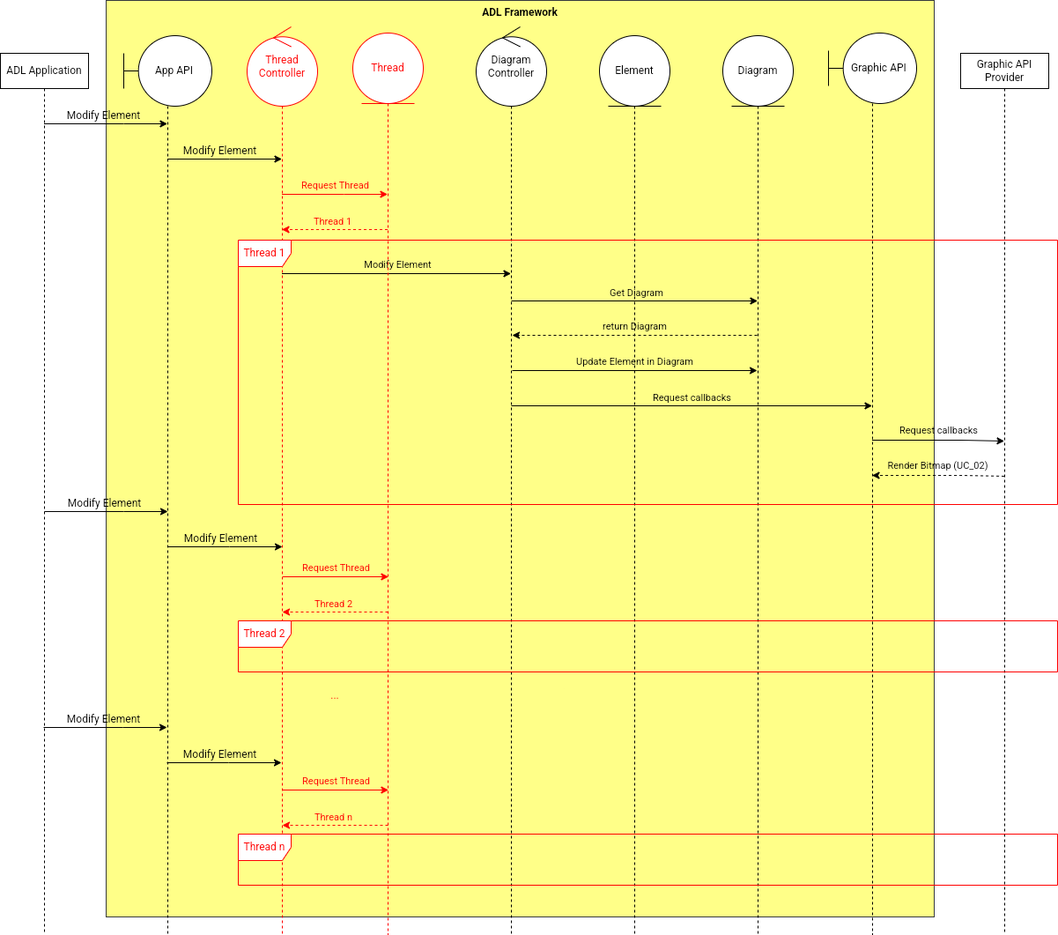
Above: CA/CA1.drawio.png in phunm211/SW-Associate-Architecture (draw.io), before the change. Source tidied: cells renumbered, new cells last; positions are measured from the earlier drawing's top-left corner, leaving out a move shared by most shapes.
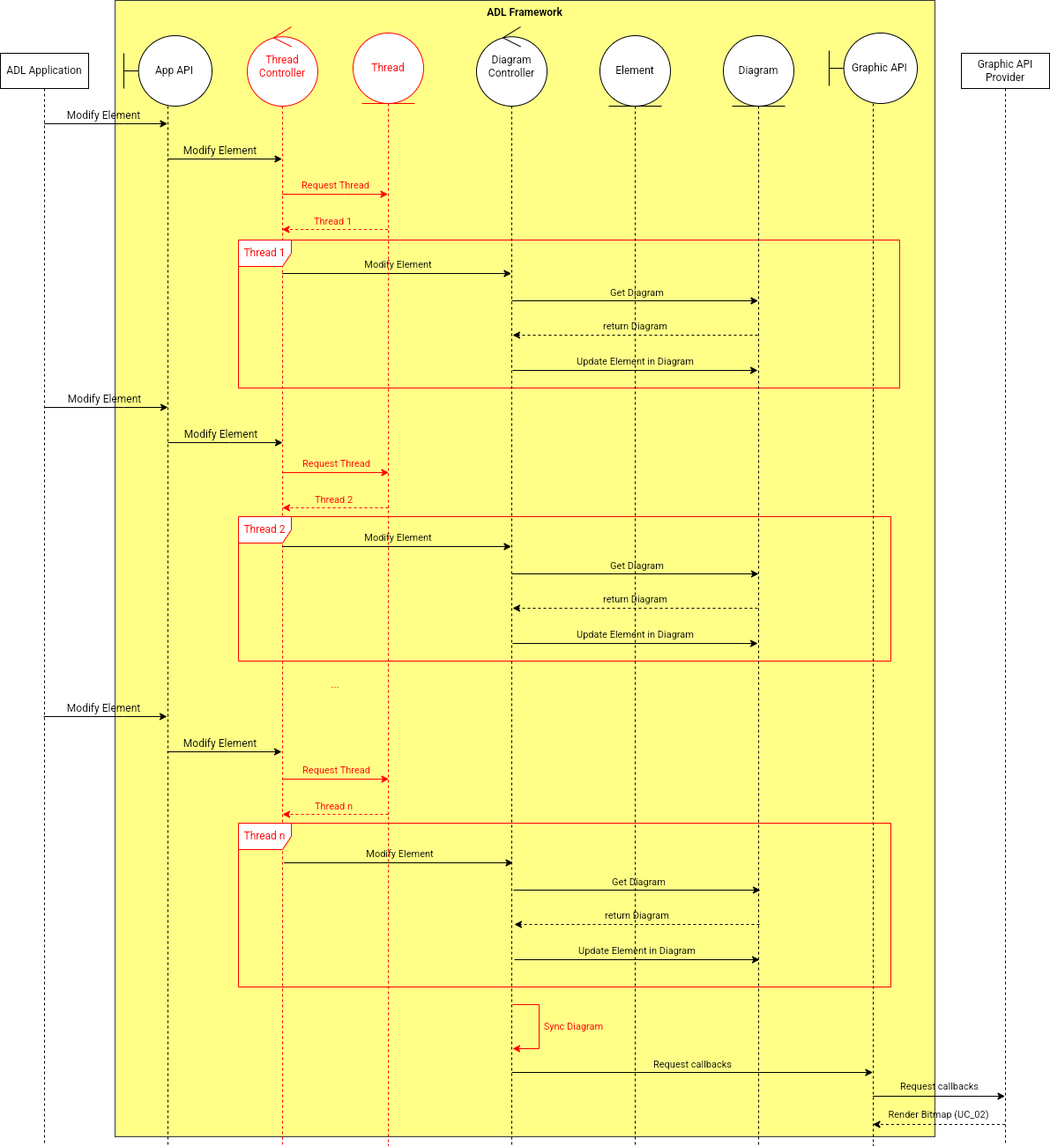
The same diagram one commit later.

What changed in the source:
```diff
@@ -3,11 +3,14 @@
     <mxCell id="0" />
     <mxCell id="1" parent="0" />
     <mxCell id="2" value="ADL Framework" style="rounded=0;whiteSpace=wrap;html=1;strokeColor=#36393d;align=center;verticalAlign=top;fontFamily=Helvetica;fontSize=12;fillColor=#ffff88;fontStyle=1;" parent="1" vertex="1">
-      <mxGeometry x="120" width="940" height="1040" as="geometry" />
+      <mxGeometry x="130" width="930" height="1290" as="geometry" />
     </mxCell>
-    <mxCell id="3" value="Element" style="shape=umlLifeline;perimeter=lifelinePerimeter;whiteSpace=wrap;html=1;newEdgeStyle={&quot;curved&quot;:0,&quot;rounded&quot;:0};participant=umlEntity;strokeColor=default;align=center;verticalAlign=middle;fontFamily=Helvetica;fontSize=12;fontColor=default;fillColor=default;size=80;" parent="1" vertex="1">
-      <mxGeometry x="680" y="40" width="80" height="1020" as="geometry" />
-    </mxCell>
+    <mxCell id="27" value="Thread Controller" style="shape=umlLifeline;perimeter=lifelinePerimeter;whiteSpace=wrap;html=1;outlineConnect=0;portConstraint=eastwest;newEdgeStyle={&quot;curved&quot;:0,&quot;rounded&quot;:0};participant=umlControl;strokeColor=#FF0000;align=center;verticalAlign=middle;fontFamily=Helvetica;fontSize=12;fontColor=#FF0000;fillColor=default;size=90;" parent="1" vertex="1">
+      <mxGeometry x="280" y="30" width="80" height="1270" as="geometry" />
+    </mxCell>
+    <mxCell id="31" value="&lt;font color=&quot;#ff0000&quot;&gt;Thread 1&lt;/font&gt;" style="shape=umlFrame;whiteSpace=wrap;html=1;strokeColor=#FF0000;" parent="1" vertex="1">
+      <mxGeometry x="270" y="272" width="750" height="168" as="geometry" />
+    </mxCell>
     <mxCell id="4" style="rounded=0;jettySize=auto;html=1;fontFamily=Helvetica;fontSize=12;fontColor=default;" parent="1" edge="1" source="6" target="12">
       <mxGeometry relative="1" as="geometry">
         <Array as="points">
@@ -21,7 +24,7 @@
       </mxGeometry>
     </mxCell>
     <mxCell id="6" value="ADL Application" style="shape=umlLifeline;perimeter=lifelinePerimeter;whiteSpace=wrap;html=1;outlineConnect=0;portConstraint=eastwest;newEdgeStyle={&quot;curved&quot;:0,&quot;rounded&quot;:0};" parent="1" vertex="1">
-      <mxGeometry y="60" width="100" height="1000" as="geometry" />
+      <mxGeometry y="60" width="100" height="1240" as="geometry" />
     </mxCell>
     <mxCell id="7" style="rounded=0;jettySize=auto;html=1;fontFamily=Helvetica;fontSize=12;fontColor=default;" parent="1" edge="1" source="12" target="27">
       <mxGeometry relative="1" as="geometry">
@@ -35,11 +38,12 @@
         <mxPoint y="-11" as="offset" />
       </mxGeometry>
     </mxCell>
-    <mxCell id="9" style="rounded=0;jettySize=auto;html=1;" parent="1" edge="1" target="22">
+    <mxCell id="9" style="rounded=0;orthogonalLoop=1;jettySize=auto;html=1;" parent="1" edge="1">
       <mxGeometry relative="1" as="geometry">
-        <mxPoint x="580" y="460" as="sourcePoint" />
+        <mxPoint x="580" y="1217" as="sourcePoint" />
+        <mxPoint x="989.5" y="1217" as="targetPoint" />
         <Array as="points">
-          <mxPoint x="790.5" y="460" />
+          <mxPoint x="790.5" y="1217" />
         </Array>
       </mxGeometry>
     </mxCell>
@@ -49,10 +53,10 @@
       </mxGeometry>
     </mxCell>
     <mxCell id="11" value="Diagram Controller" style="shape=umlLifeline;perimeter=lifelinePerimeter;whiteSpace=wrap;html=1;newEdgeStyle={&quot;curved&quot;:0,&quot;rounded&quot;:0};participant=umlControl;strokeColor=default;align=center;verticalAlign=middle;fontFamily=Helvetica;fontSize=12;fontColor=default;fillColor=default;size=90;" parent="1" vertex="1">
-      <mxGeometry x="540" y="30" width="80" height="1030" as="geometry" />
+      <mxGeometry x="540" y="30" width="80" height="1270" as="geometry" />
     </mxCell>
     <mxCell id="12" value="&amp;nbsp; &amp;nbsp; &amp;nbsp;App API" style="shape=umlLifeline;perimeter=lifelinePerimeter;whiteSpace=wrap;html=1;outlineConnect=0;portConstraint=eastwest;newEdgeStyle={&quot;curved&quot;:0,&quot;rounded&quot;:0};participant=umlBoundary;size=80;" parent="1" vertex="1">
-      <mxGeometry x="140" y="40" width="100" height="1020" as="geometry" />
+      <mxGeometry x="140" y="40" width="100" height="1260" as="geometry" />
     </mxCell>
     <mxCell id="13" style="rounded=0;jettySize=auto;html=1;" parent="1" edge="1" target="16">
       <mxGeometry relative="1" as="geometry">
@@ -74,13 +78,14 @@
       </mxGeometry>
     </mxCell>
     <mxCell id="16" value="Diagram" style="shape=umlLifeline;perimeter=lifelinePerimeter;whiteSpace=wrap;html=1;outlineConnect=0;portConstraint=eastwest;newEdgeStyle={&quot;curved&quot;:0,&quot;rounded&quot;:0};participant=umlEntity;strokeColor=default;align=center;verticalAlign=middle;fontFamily=Helvetica;fontSize=12;fontColor=default;fillColor=default;size=80;" parent="1" vertex="1">
-      <mxGeometry x="820" y="40" width="80" height="1020" as="geometry" />
+      <mxGeometry x="820" y="40" width="80" height="1260" as="geometry" />
     </mxCell>
-    <mxCell id="17" style="rounded=0;jettySize=auto;html=1;dashed=1;exitX=0.935;exitY=0.893;exitDx=0;exitDy=0;exitPerimeter=0;" parent="1" edge="1" source="31">
+    <mxCell id="17" style="rounded=0;orthogonalLoop=1;jettySize=auto;html=1;dashed=1;" parent="1" edge="1">
       <mxGeometry relative="1" as="geometry">
-        <mxPoint x="989.5" y="539" as="targetPoint" />
+        <mxPoint x="1139.5" y="1276" as="sourcePoint" />
+        <mxPoint x="989.5" y="1276" as="targetPoint" />
         <Array as="points">
-          <mxPoint x="1090.5" y="539" />
+          <mxPoint x="1090.5" y="1276" />
         </Array>
       </mxGeometry>
     </mxCell>
@@ -90,13 +95,14 @@
       </mxGeometry>
     </mxCell>
     <mxCell id="19" value="Graphic API Provider" style="shape=umlLifeline;perimeter=lifelinePerimeter;whiteSpace=wrap;html=1;newEdgeStyle={&quot;curved&quot;:0,&quot;rounded&quot;:0};" parent="1" vertex="1">
-      <mxGeometry x="1090" y="60" width="100" height="1000" as="geometry" />
+      <mxGeometry x="1090" y="60" width="100" height="1240" as="geometry" />
     </mxCell>
-    <mxCell id="20" style="rounded=0;jettySize=auto;html=1;entryX=0.935;entryY=0.76;entryDx=0;entryDy=0;entryPerimeter=0;" parent="1" edge="1" target="31">
+    <mxCell id="20" style="rounded=0;orthogonalLoop=1;jettySize=auto;html=1;" parent="1" edge="1">
       <mxGeometry relative="1" as="geometry">
-        <mxPoint x="989.5" y="499" as="sourcePoint" />
+        <mxPoint x="989.5" y="1244" as="sourcePoint" />
+        <mxPoint x="1139.5" y="1244" as="targetPoint" />
         <Array as="points">
-          <mxPoint x="1090.5" y="499" />
+          <mxPoint x="1090.5" y="1244" />
         </Array>
       </mxGeometry>
     </mxCell>
@@ -106,7 +112,7 @@
       </mxGeometry>
     </mxCell>
     <mxCell id="22" value="&amp;nbsp; &amp;nbsp; &amp;nbsp;Graphic API" style="shape=umlLifeline;perimeter=lifelinePerimeter;whiteSpace=wrap;html=1;outlineConnect=0;portConstraint=eastwest;newEdgeStyle={&quot;curved&quot;:0,&quot;rounded&quot;:0};participant=umlBoundary;size=80;" parent="1" vertex="1">
-      <mxGeometry x="940" y="37" width="100" height="1023" as="geometry" />
+      <mxGeometry x="940" y="37" width="100" height="1263" as="geometry" />
     </mxCell>
     <mxCell id="23" value="return Diagram" style="rounded=0;orthogonalLoop=1;jettySize=auto;html=1;dashed=1;labelBackgroundColor=none;" parent="1" edge="1">
       <mxGeometry y="-10" relative="1" as="geometry">
@@ -132,9 +138,6 @@
         <mxPoint x="579.5" y="310" as="targetPoint" />
       </mxGeometry>
     </mxCell>
-    <mxCell id="27" value="Thread Controller" style="shape=umlLifeline;perimeter=lifelinePerimeter;whiteSpace=wrap;html=1;outlineConnect=0;portConstraint=eastwest;newEdgeStyle={&quot;curved&quot;:0,&quot;rounded&quot;:0};participant=umlControl;strokeColor=#FF0000;align=center;verticalAlign=middle;fontFamily=Helvetica;fontSize=12;fontColor=#FF0000;fillColor=default;size=90;" parent="1" vertex="1">
-      <mxGeometry x="280" y="30" width="80" height="1030" as="geometry" />
-    </mxCell>
     <mxCell id="28" style="rounded=0;orthogonalLoop=1;jettySize=auto;html=1;dashed=1;fontColor=#FF0000;strokeColor=#FF0000;" parent="1" edge="1">
       <mxGeometry relative="1" as="geometry">
         <mxPoint x="439.5" y="260" as="sourcePoint" />
@@ -147,20 +150,17 @@
       </mxGeometry>
     </mxCell>
     <mxCell id="30" value="Thread" style="shape=umlLifeline;perimeter=lifelinePerimeter;whiteSpace=wrap;html=1;outlineConnect=0;portConstraint=eastwest;newEdgeStyle={&quot;curved&quot;:0,&quot;rounded&quot;:0};participant=umlEntity;strokeColor=#FF0000;align=center;verticalAlign=middle;fontFamily=Helvetica;fontSize=12;fontColor=#FF0000;fillColor=default;size=80;" parent="1" vertex="1">
-      <mxGeometry x="400" y="37" width="80" height="1023" as="geometry" />
+      <mxGeometry x="400" y="37" width="80" height="1263" as="geometry" />
     </mxCell>
-    <mxCell id="31" value="&lt;font color=&quot;#ff0000&quot;&gt;Thread 1&lt;/font&gt;" style="shape=umlFrame;whiteSpace=wrap;html=1;strokeColor=#FF0000;" parent="1" vertex="1">
-      <mxGeometry x="270" y="272" width="930" height="300" as="geometry" />
-    </mxCell>
     <mxCell id="32" value="&lt;font color=&quot;#ff0000&quot;&gt;Thread 2&lt;/font&gt;" style="shape=umlFrame;whiteSpace=wrap;html=1;strokeColor=#FF0000;" parent="1" vertex="1">
-      <mxGeometry x="270" y="704" width="930" height="58" as="geometry" />
+      <mxGeometry x="270" y="586" width="740" height="164" as="geometry" />
     </mxCell>
     <mxCell id="33" style="rounded=0;orthogonalLoop=1;jettySize=auto;html=1;strokeColor=#FF0000;" parent="1" edge="1">
       <mxGeometry relative="1" as="geometry">
-        <mxPoint x="320.5" y="654" as="sourcePoint" />
-        <mxPoint x="440.5" y="654" as="targetPoint" />
+        <mxPoint x="320.5" y="536" as="sourcePoint" />
+        <mxPoint x="440.5" y="536" as="targetPoint" />
         <Array as="points">
-          <mxPoint x="390.5" y="654" />
+          <mxPoint x="390.5" y="536" />
         </Array>
       </mxGeometry>
     </mxCell>
@@ -171,8 +171,8 @@
     </mxCell>
     <mxCell id="35" style="rounded=0;orthogonalLoop=1;jettySize=auto;html=1;dashed=1;strokeColor=#FF0000;" parent="1" edge="1">
       <mxGeometry relative="1" as="geometry">
-        <mxPoint x="440" y="694" as="sourcePoint" />
-        <mxPoint x="320" y="694" as="targetPoint" />
+        <mxPoint x="440" y="576" as="sourcePoint" />
+        <mxPoint x="320" y="576" as="targetPoint" />
       </mxGeometry>
     </mxCell>
     <mxCell id="36" value="&lt;font color=&quot;#ff0000&quot;&gt;Thread 2&lt;/font&gt;" style="edgeLabel;html=1;align=center;verticalAlign=middle;labelBackgroundColor=none;" parent="35" vertex="1">
@@ -181,17 +181,17 @@
       </mxGeometry>
     </mxCell>
     <mxCell id="37" value="&lt;font color=&quot;#ff0000&quot;&gt;...&lt;/font&gt;" style="text;html=1;strokeColor=none;fillColor=none;align=center;verticalAlign=middle;whiteSpace=wrap;rounded=0;" parent="1" vertex="1">
-      <mxGeometry x="350" y="774" width="60" height="30" as="geometry" />
+      <mxGeometry x="350" y="762" width="60" height="30" as="geometry" />
     </mxCell>
     <mxCell id="38" value="&lt;font color=&quot;#ff0000&quot;&gt;Thread n&lt;/font&gt;" style="shape=umlFrame;whiteSpace=wrap;html=1;strokeColor=#FF0000;" parent="1" vertex="1">
-      <mxGeometry x="270" y="946" width="930" height="58" as="geometry" />
+      <mxGeometry x="270" y="934" width="740" height="186" as="geometry" />
     </mxCell>
     <mxCell id="39" style="rounded=0;orthogonalLoop=1;jettySize=auto;html=1;strokeColor=#FF0000;" parent="1" edge="1">
       <mxGeometry relative="1" as="geometry">
-        <mxPoint x="320.5" y="896" as="sourcePoint" />
-        <mxPoint x="440.5" y="896" as="targetPoint" />
+        <mxPoint x="320.5" y="884" as="sourcePoint" />
+        <mxPoint x="440.5" y="884" as="targetPoint" />
         <Array as="points">
-          <mxPoint x="390.5" y="896" />
+          <mxPoint x="390.5" y="884" />
         </Array>
       </mxGeometry>
     </mxCell>
@@ -202,8 +202,8 @@
     </mxCell>
     <mxCell id="41" style="rounded=0;orthogonalLoop=1;jettySize=auto;html=1;dashed=1;strokeColor=#FF0000;" parent="1" edge="1">
       <mxGeometry relative="1" as="geometry">
-        <mxPoint x="440" y="936" as="sourcePoint" />
-        <mxPoint x="320" y="936" as="targetPoint" />
+        <mxPoint x="440" y="924" as="sourcePoint" />
+        <mxPoint x="320" y="924" as="targetPoint" />
       </mxGeometry>
     </mxCell>
     <mxCell id="42" value="&lt;font color=&quot;#ff0000&quot;&gt;Thread n&lt;/font&gt;" style="edgeLabel;html=1;align=center;verticalAlign=middle;labelBackgroundColor=none;" parent="41" vertex="1">
@@ -213,10 +213,10 @@
     </mxCell>
     <mxCell id="43" style="rounded=0;orthogonalLoop=1;jettySize=auto;html=1;fontFamily=Helvetica;fontSize=12;fontColor=default;" parent="1" edge="1">
       <mxGeometry relative="1" as="geometry">
-        <mxPoint x="50" y="580" as="sourcePoint" />
-        <mxPoint x="190" y="580" as="targetPoint" />
+        <mxPoint x="50" y="462" as="sourcePoint" />
+        <mxPoint x="190" y="462" as="targetPoint" />
         <Array as="points">
-          <mxPoint x="140" y="580" />
+          <mxPoint x="140" y="462" />
         </Array>
       </mxGeometry>
     </mxCell>
@@ -227,10 +227,10 @@
     </mxCell>
     <mxCell id="45" style="rounded=0;orthogonalLoop=1;jettySize=auto;html=1;fontFamily=Helvetica;fontSize=12;fontColor=default;" parent="1" edge="1">
       <mxGeometry relative="1" as="geometry">
-        <mxPoint x="190" y="620" as="sourcePoint" />
-        <mxPoint x="320" y="620" as="targetPoint" />
+        <mxPoint x="190" y="502" as="sourcePoint" />
+        <mxPoint x="320" y="502" as="targetPoint" />
         <Array as="points">
-          <mxPoint x="260" y="620" />
+          <mxPoint x="260" y="502" />
         </Array>
       </mxGeometry>
     </mxCell>
@@ -241,10 +241,10 @@
     </mxCell>
     <mxCell id="47" style="rounded=0;orthogonalLoop=1;jettySize=auto;html=1;fontFamily=Helvetica;fontSize=12;fontColor=default;" parent="1" edge="1">
       <mxGeometry relative="1" as="geometry">
-        <mxPoint x="49" y="825" as="sourcePoint" />
-        <mxPoint x="189" y="825" as="targetPoint" />
+        <mxPoint x="49" y="813" as="sourcePoint" />
+        <mxPoint x="189" y="813" as="targetPoint" />
         <Array as="points">
-          <mxPoint x="139" y="825" />
+          <mxPoint x="139" y="813" />
         </Array>
       </mxGeometry>
     </mxCell>
@@ -255,10 +255,10 @@
     </mxCell>
     <mxCell id="49" style="rounded=0;orthogonalLoop=1;jettySize=auto;html=1;fontFamily=Helvetica;fontSize=12;fontColor=default;" parent="1" edge="1">
       <mxGeometry relative="1" as="geometry">
-        <mxPoint x="189" y="865" as="sourcePoint" />
-        <mxPoint x="319" y="865" as="targetPoint" />
+        <mxPoint x="189" y="853" as="sourcePoint" />
+        <mxPoint x="319" y="853" as="targetPoint" />
         <Array as="points">
-          <mxPoint x="259" y="865" />
+          <mxPoint x="259" y="853" />
         </Array>
       </mxGeometry>
     </mxCell>
@@ -267,5 +267,86 @@
         <mxPoint y="-11" as="offset" />
       </mxGeometry>
     </mxCell>
+    <mxCell id="51" style="rounded=0;orthogonalLoop=1;jettySize=auto;html=1;" parent="1" edge="1">
+      <mxGeometry relative="1" as="geometry">
+        <mxPoint x="580" y="651" as="sourcePoint" />
+        <mxPoint x="860" y="651" as="targetPoint" />
+        <Array as="points">
+          <mxPoint x="762.5" y="651" />
+        </Array>
+      </mxGeometry>
+    </mxCell>
+    <mxCell id="52" value="Get Diagram" style="edgeLabel;html=1;align=center;verticalAlign=middle;labelBackgroundColor=none;" parent="51" vertex="1">
+      <mxGeometry x="0.65" y="-2" relative="1" as="geometry">
+        <mxPoint x="-90" y="-12" as="offset" />
+      </mxGeometry>
+    </mxCell>
+    <mxCell id="53" value="Update Element in Diagram" style="rounded=0;orthogonalLoop=1;jettySize=auto;html=1;labelBackgroundColor=none;" parent="1" edge="1">
+      <mxGeometry y="10" relative="1" as="geometry">
+        <mxPoint x="581" y="730" as="sourcePoint" />
+        <mxPoint x="859" y="730" as="targetPoint" />
+      </mxGeometry>
+    </mxCell>
+    <mxCell id="54" value="return Diagram" style="rounded=0;orthogonalLoop=1;jettySize=auto;html=1;dashed=1;labelBackgroundColor=none;" parent="1" edge="1">
+      <mxGeometry y="-10" relative="1" as="geometry">
+        <mxPoint x="859" y="690" as="sourcePoint" />
+        <mxPoint x="581" y="690" as="targetPoint" />
+      </mxGeometry>
+    </mxCell>
+    <mxCell id="55" value="Modify Element" style="edgeStyle=none;rounded=0;orthogonalLoop=1;jettySize=auto;html=1;curved=0;labelBackgroundColor=none;" parent="1" edge="1">
+      <mxGeometry x="0.01" y="10" relative="1" as="geometry">
+        <mxPoint x="319.5" y="620" as="sourcePoint" />
+        <mxPoint x="579.5" y="620" as="targetPoint" />
+      </mxGeometry>
+    </mxCell>
+    <mxCell id="56" style="rounded=0;orthogonalLoop=1;jettySize=auto;html=1;" parent="1" edge="1">
+      <mxGeometry relative="1" as="geometry">
+        <mxPoint x="582" y="1010" as="sourcePoint" />
+        <mxPoint x="862" y="1010" as="targetPoint" />
+        <Array as="points">
+          <mxPoint x="764.5" y="1010" />
+        </Array>
+      </mxGeometry>
+    </mxCell>
+    <mxCell id="57" value="Get Diagram" style="edgeLabel;html=1;align=center;verticalAlign=middle;labelBackgroundColor=none;" parent="56" vertex="1">
+      <mxGeometry x="0.65" y="-2" relative="1" as="geometry">
+        <mxPoint x="-90" y="-12" as="offset" />
+      </mxGeometry>
+    </mxCell>
+    <mxCell id="58" value="Update Element in Diagram" style="rounded=0;orthogonalLoop=1;jettySize=auto;html=1;labelBackgroundColor=none;" parent="1" edge="1">
+      <mxGeometry y="10" relative="1" as="geometry">
+        <mxPoint x="583" y="1089" as="sourcePoint" />
+        <mxPoint x="861" y="1089" as="targetPoint" />
+      </mxGeometry>
+    </mxCell>
+    <mxCell id="59" value="return Diagram" style="rounded=0;orthogonalLoop=1;jettySize=auto;html=1;dashed=1;labelBackgroundColor=none;" parent="1" edge="1">
+      <mxGeometry y="-10" relative="1" as="geometry">
+        <mxPoint x="861" y="1049" as="sourcePoint" />
+        <mxPoint x="583" y="1049" as="targetPoint" />
+      </mxGeometry>
+    </mxCell>
+    <mxCell id="60" value="Modify Element" style="edgeStyle=none;rounded=0;orthogonalLoop=1;jettySize=auto;html=1;curved=0;labelBackgroundColor=none;" parent="1" edge="1">
+      <mxGeometry x="0.01" y="10" relative="1" as="geometry">
+        <mxPoint x="321.5" y="979" as="sourcePoint" />
+        <mxPoint x="581.5" y="979" as="targetPoint" />
+      </mxGeometry>
+    </mxCell>
+    <mxCell id="61" style="endArrow=classic;html=1;rounded=0;edgeStyle=elbowEdgeStyle;strokeColor=#FF0000;" parent="1" edge="1">
+      <mxGeometry relative="1" as="geometry">
+        <mxPoint x="581" y="1140" as="sourcePoint" />
+        <mxPoint x="581" y="1190" as="targetPoint" />
+        <Array as="points">
+          <mxPoint x="611" y="1210" />
+        </Array>
+      </mxGeometry>
+    </mxCell>
+    <mxCell id="62" value="Sync Diagram" style="edgeLabel;html=1;align=center;verticalAlign=middle;labelBackgroundColor=none;fontColor=#FF0000;" parent="61" vertex="1">
+      <mxGeometry x="-0.09" y="-7" relative="1" as="geometry">
+        <mxPoint x="45" y="4" as="offset" />
+      </mxGeometry>
+    </mxCell>
+    <mxCell id="3" value="Element" style="shape=umlLifeline;perimeter=lifelinePerimeter;whiteSpace=wrap;html=1;newEdgeStyle={&quot;curved&quot;:0,&quot;rounded&quot;:0};participant=umlEntity;strokeColor=default;align=center;verticalAlign=middle;fontFamily=Helvetica;fontSize=12;fontColor=default;fillColor=default;size=80;" parent="1" vertex="1">
+      <mxGeometry x="680" y="40" width="80" height="1260" as="geometry" />
+    </mxCell>
   </root>
 </mxGraphModel>
```
